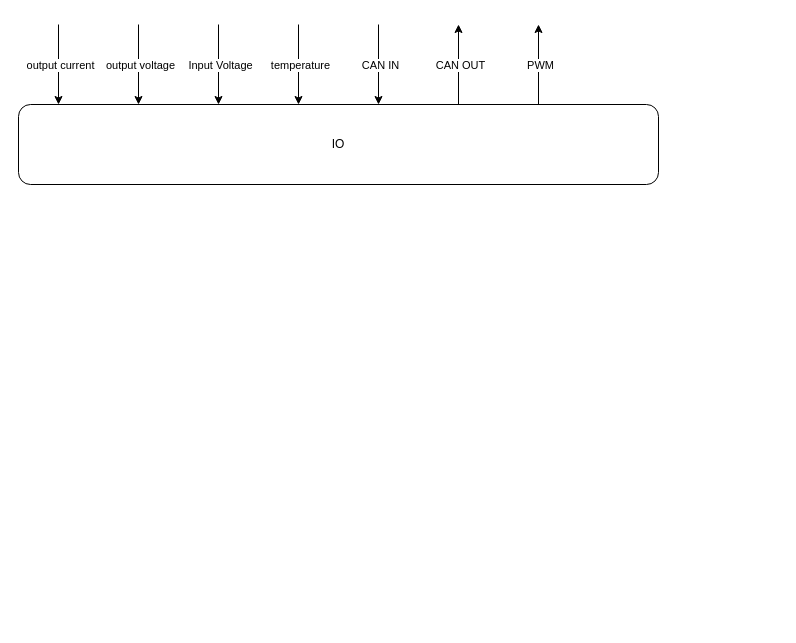
The draw.io diagram page "DCDC_blockdiagram" (4 of 4) of DCDCArchitectureSF.drawio in chdev2011/temp, before the edit. Source tidied: cells renumbered, new cells numbered last; positions are measured from the earlier drawing's top-left corner, leaving out a move shared by most shapes. Both pictures are drawn from the tidied source at 100%, with x=0, y=0 at pixel (18, 24).
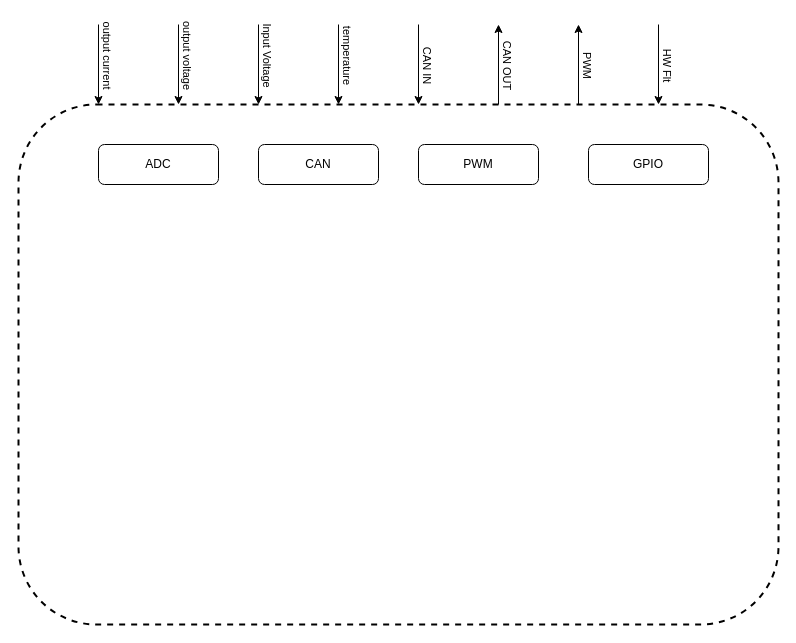
The same page after the edit.

Change to the diagram source:
```diff
@@
+    <mxCell id="4" style="rounded=1;whiteSpace=wrap;html=1;fillColor=none;dashed=1;strokeWidth=2;" parent="1" vertex="1">
+      <mxGeometry y="80" width="760" height="520" as="geometry" />
+    </mxCell>
     <mxCell id="2" style="rounded=0;orthogonalLoop=1;jettySize=auto;html=1;exitX=0.25;exitY=0;exitDx=0;exitDy=0;strokeColor=default;endArrow=none;endFill=0;startArrow=classic;startFill=1;" parent="1" edge="1">
       <mxGeometry relative="1" as="geometry">
-        <mxPoint x="40" y="80" as="sourcePoint" />
-        <mxPoint x="40" as="targetPoint" />
+        <mxPoint x="80" y="80" as="sourcePoint" />
+        <mxPoint x="80" as="targetPoint" />
       </mxGeometry>
     </mxCell>
-    <mxCell id="3" value="output current" style="edgeLabel;html=1;align=center;verticalAlign=middle;" parent="2" vertex="1">
+    <mxCell id="3" value="output current" style="edgeLabel;html=1;align=center;verticalAlign=middle;rotation=90;" parent="2" vertex="1">
       <mxGeometry x="0.4" y="-1" relative="1" as="geometry">
-        <mxPoint y="16" as="offset" />
+        <mxPoint x="9" y="6" as="offset" />
       </mxGeometry>
     </mxCell>
-    <mxCell id="4" value="IO" style="rounded=1;whiteSpace=wrap;html=1;" parent="1" vertex="1">
-      <mxGeometry y="80" width="640" height="80" as="geometry" />
-    </mxCell>
     <mxCell id="5" style="rounded=0;orthogonalLoop=1;jettySize=auto;html=1;exitX=0.25;exitY=0;exitDx=0;exitDy=0;strokeColor=default;endArrow=none;endFill=0;startArrow=classic;startFill=1;" parent="1" edge="1">
       <mxGeometry relative="1" as="geometry">
-        <mxPoint x="120" y="80" as="sourcePoint" />
-        <mxPoint x="120" as="targetPoint" />
+        <mxPoint x="160" y="80" as="sourcePoint" />
+        <mxPoint x="160" as="targetPoint" />
       </mxGeometry>
     </mxCell>
-    <mxCell id="6" value="output voltage" style="edgeLabel;html=1;align=center;verticalAlign=middle;" parent="5" vertex="1">
+    <mxCell id="6" value="output voltage" style="edgeLabel;html=1;align=center;verticalAlign=middle;rotation=90;" parent="5" vertex="1">
       <mxGeometry x="0.4" y="-1" relative="1" as="geometry">
-        <mxPoint y="16" as="offset" />
+        <mxPoint x="9" y="6" as="offset" />
       </mxGeometry>
     </mxCell>
     <mxCell id="7" style="rounded=0;orthogonalLoop=1;jettySize=auto;html=1;exitX=0.25;exitY=0;exitDx=0;exitDy=0;strokeColor=default;endArrow=none;endFill=0;startArrow=classic;startFill=1;" parent="1" edge="1">
       <mxGeometry relative="1" as="geometry">
-        <mxPoint x="200" y="80" as="sourcePoint" />
-        <mxPoint x="200" as="targetPoint" />
+        <mxPoint x="240" y="80" as="sourcePoint" />
+        <mxPoint x="240" as="targetPoint" />
       </mxGeometry>
     </mxCell>
-    <mxCell id="8" value="Input Voltage" style="edgeLabel;html=1;align=center;verticalAlign=middle;" parent="7" vertex="1">
+    <mxCell id="8" value="Input Voltage" style="edgeLabel;html=1;align=center;verticalAlign=middle;rotation=90;" parent="7" vertex="1">
       <mxGeometry x="0.4" y="-1" relative="1" as="geometry">
-        <mxPoint y="16" as="offset" />
+        <mxPoint x="9" y="6" as="offset" />
       </mxGeometry>
     </mxCell>
     <mxCell id="9" style="rounded=0;orthogonalLoop=1;jettySize=auto;html=1;exitX=0.25;exitY=0;exitDx=0;exitDy=0;strokeColor=default;endArrow=none;endFill=0;startArrow=classic;startFill=1;" parent="1" edge="1">
       <mxGeometry relative="1" as="geometry">
-        <mxPoint x="280" y="80" as="sourcePoint" />
-        <mxPoint x="280" as="targetPoint" />
+        <mxPoint x="320" y="80" as="sourcePoint" />
+        <mxPoint x="320" as="targetPoint" />
       </mxGeometry>
     </mxCell>
-    <mxCell id="10" value="temperature" style="edgeLabel;html=1;align=center;verticalAlign=middle;" parent="9" vertex="1">
+    <mxCell id="10" value="temperature" style="edgeLabel;html=1;align=center;verticalAlign=middle;rotation=90;" parent="9" vertex="1">
       <mxGeometry x="0.4" y="-1" relative="1" as="geometry">
-        <mxPoint y="16" as="offset" />
+        <mxPoint x="9" y="6" as="offset" />
       </mxGeometry>
     </mxCell>
     <mxCell id="11" style="rounded=0;orthogonalLoop=1;jettySize=auto;html=1;exitX=0.25;exitY=0;exitDx=0;exitDy=0;strokeColor=default;endArrow=none;endFill=0;startArrow=classic;startFill=1;" parent="1" edge="1">
       <mxGeometry relative="1" as="geometry">
-        <mxPoint x="360" y="80" as="sourcePoint" />
-        <mxPoint x="360" as="targetPoint" />
+        <mxPoint x="400" y="80" as="sourcePoint" />
+        <mxPoint x="400" as="targetPoint" />
       </mxGeometry>
     </mxCell>
-    <mxCell id="12" value="CAN IN" style="edgeLabel;html=1;align=center;verticalAlign=middle;" parent="11" vertex="1">
+    <mxCell id="12" value="CAN IN" style="edgeLabel;html=1;align=center;verticalAlign=middle;rotation=90;" parent="11" vertex="1">
       <mxGeometry x="0.4" y="-1" relative="1" as="geometry">
-        <mxPoint y="16" as="offset" />
+        <mxPoint x="9" y="16" as="offset" />
       </mxGeometry>
     </mxCell>
     <mxCell id="13" style="rounded=0;orthogonalLoop=1;jettySize=auto;html=1;exitX=0.25;exitY=0;exitDx=0;exitDy=0;strokeColor=default;endArrow=classic;endFill=1;startArrow=none;startFill=0;" parent="1" edge="1">
       <mxGeometry relative="1" as="geometry">
-        <mxPoint x="440" y="80" as="sourcePoint" />
-        <mxPoint x="440" as="targetPoint" />
+        <mxPoint x="480" y="80" as="sourcePoint" />
+        <mxPoint x="480" as="targetPoint" />
       </mxGeometry>
     </mxCell>
-    <mxCell id="14" value="CAN OUT" style="edgeLabel;html=1;align=center;verticalAlign=middle;" parent="13" vertex="1">
+    <mxCell id="14" value="CAN OUT" style="edgeLabel;html=1;align=center;verticalAlign=middle;rotation=90;" parent="13" vertex="1">
       <mxGeometry x="0.4" y="-1" relative="1" as="geometry">
-        <mxPoint y="16" as="offset" />
+        <mxPoint x="9" y="16" as="offset" />
       </mxGeometry>
     </mxCell>
     <mxCell id="15" style="rounded=0;orthogonalLoop=1;jettySize=auto;html=1;exitX=0.25;exitY=0;exitDx=0;exitDy=0;strokeColor=default;endArrow=classic;endFill=1;startArrow=none;startFill=0;" parent="1" edge="1">
       <mxGeometry relative="1" as="geometry">
-        <mxPoint x="520" y="80" as="sourcePoint" />
-        <mxPoint x="520" as="targetPoint" />
+        <mxPoint x="560" y="80" as="sourcePoint" />
+        <mxPoint x="560" as="targetPoint" />
       </mxGeometry>
     </mxCell>
-    <mxCell id="16" value="PWM" style="edgeLabel;html=1;align=center;verticalAlign=middle;" parent="15" vertex="1">
+    <mxCell id="16" value="PWM" style="edgeLabel;html=1;align=center;verticalAlign=middle;rotation=90;" parent="15" vertex="1">
       <mxGeometry x="0.4" y="-1" relative="1" as="geometry">
-        <mxPoint y="16" as="offset" />
+        <mxPoint x="9" y="16" as="offset" />
       </mxGeometry>
     </mxCell>
+    <mxCell id="17" value="ADC" style="rounded=1;whiteSpace=wrap;html=1;" parent="1" vertex="1">
+      <mxGeometry x="80" y="120" width="120" height="40" as="geometry" />
+    </mxCell>
+    <mxCell id="18" value="CAN" style="rounded=1;whiteSpace=wrap;html=1;" parent="1" vertex="1">
+      <mxGeometry x="240" y="120" width="120" height="40" as="geometry" />
+    </mxCell>
+    <mxCell id="19" value="PWM" style="rounded=1;whiteSpace=wrap;html=1;" parent="1" vertex="1">
+      <mxGeometry x="400" y="120" width="120" height="40" as="geometry" />
+    </mxCell>
+    <mxCell id="20" value="GPIO" style="rounded=1;whiteSpace=wrap;html=1;" parent="1" vertex="1">
+      <mxGeometry x="570" y="120" width="120" height="40" as="geometry" />
+    </mxCell>
+    <mxCell id="21" style="rounded=0;orthogonalLoop=1;jettySize=auto;html=1;exitX=0.25;exitY=0;exitDx=0;exitDy=0;strokeColor=default;endArrow=none;endFill=0;startArrow=classic;startFill=1;" parent="1" edge="1">
+      <mxGeometry relative="1" as="geometry">
+        <mxPoint x="640" y="80" as="sourcePoint" />
+        <mxPoint x="640" as="targetPoint" />
+      </mxGeometry>
+    </mxCell>
+    <mxCell id="22" value="HW Flt" style="edgeLabel;html=1;align=center;verticalAlign=middle;rotation=90;" parent="21" vertex="1">
+      <mxGeometry x="0.4" y="-1" relative="1" as="geometry">
+        <mxPoint x="9" y="16" as="offset" />
+      </mxGeometry>
+    </mxCell>
```
